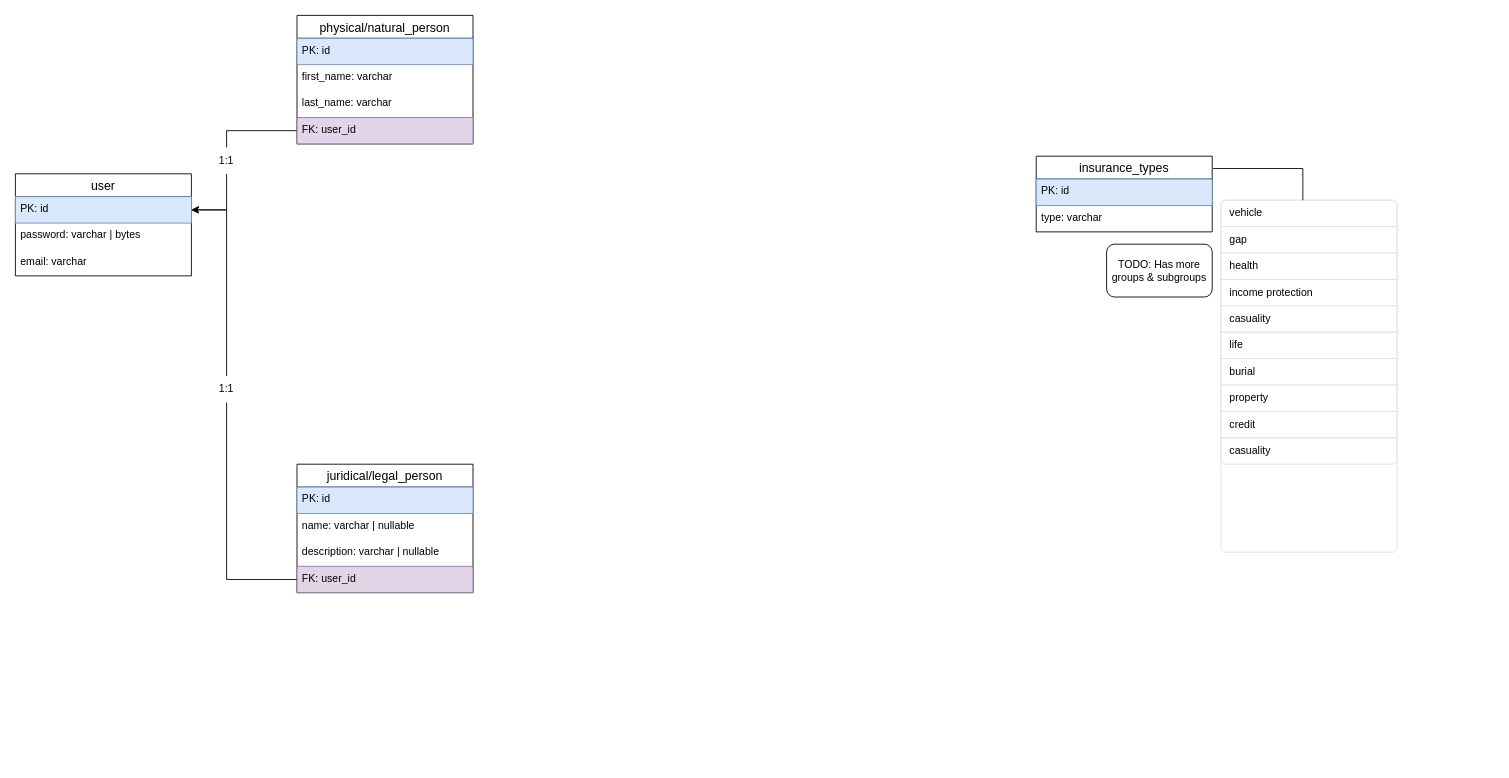
The draw.io diagram docks/models.drawio in hophiphip/bruh, before the edit. Source tidied: cells renumbered, new cells numbered last; positions are measured from the earlier drawing's top-left corner, leaving out a move shared by most shapes. Both pictures are drawn from the tidied source at 88%, with x=0, y=0 at pixel (15, 15).
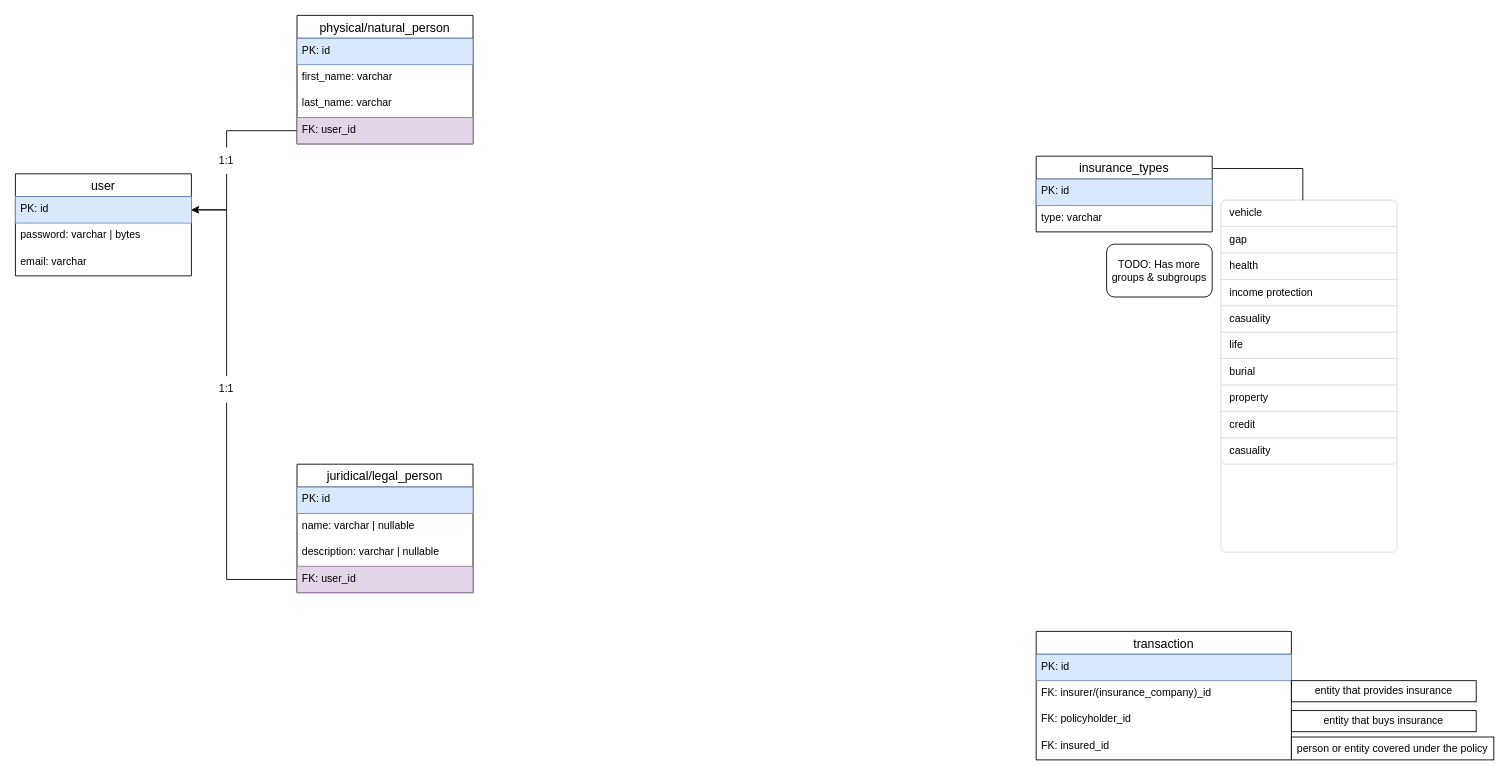
The same page after the edit.

Change to the diagram source:
```diff
@@
+    <mxCell id="38" value="transaction" style="swimlane;fontStyle=0;horizontal=1;startSize=26;align=center;fontSize=14;" parent="1" vertex="1">
+      <mxGeometry x="1160" y="700" width="290" height="146" as="geometry" />
+    </mxCell>
+    <mxCell id="39" value="PK: id" style="text;strokeColor=#6c8ebf;fillColor=#dae8fc;spacingLeft=4;spacingRight=4;overflow=hidden;fontSize=12;" parent="38" vertex="1">
+      <mxGeometry y="26" width="290" height="30" as="geometry" />
+    </mxCell>
+    <mxCell id="40" value="FK: insurer/(insurance_company)_id" style="text;strokeColor=none;fillColor=none;spacingLeft=4;spacingRight=4;overflow=hidden;fontSize=12;" parent="38" vertex="1">
+      <mxGeometry y="56" width="290" height="30" as="geometry" />
+    </mxCell>
+    <mxCell id="41" value="FK: policyholder_id" style="text;strokeColor=none;fillColor=none;spacingLeft=4;spacingRight=4;overflow=hidden;fontSize=12;" parent="38" vertex="1">
+      <mxGeometry y="86" width="290" height="30" as="geometry" />
+    </mxCell>
+    <mxCell id="42" value="FK: insured_id" style="text;strokeColor=none;fillColor=none;spacingLeft=4;spacingRight=4;overflow=hidden;fontSize=12;" parent="38" vertex="1">
+      <mxGeometry y="116" width="290" height="30" as="geometry" />
+    </mxCell>
+    <mxCell id="43" value="entity that provides insurance" style="rounded=0;whiteSpace=wrap;html=1;" parent="1" vertex="1">
+      <mxGeometry x="1450" y="756" width="210" height="24" as="geometry" />
+    </mxCell>
+    <mxCell id="44" value="entity that buys insurance" style="rounded=0;whiteSpace=wrap;html=1;" parent="1" vertex="1">
+      <mxGeometry x="1450" y="790" width="210" height="24" as="geometry" />
+    </mxCell>
+    <mxCell id="45" value=" person or entity covered under the policy" style="rounded=0;whiteSpace=wrap;html=1;" parent="1" vertex="1">
+      <mxGeometry x="1450" y="820" width="230" height="26" as="geometry" />
+    </mxCell>
```
